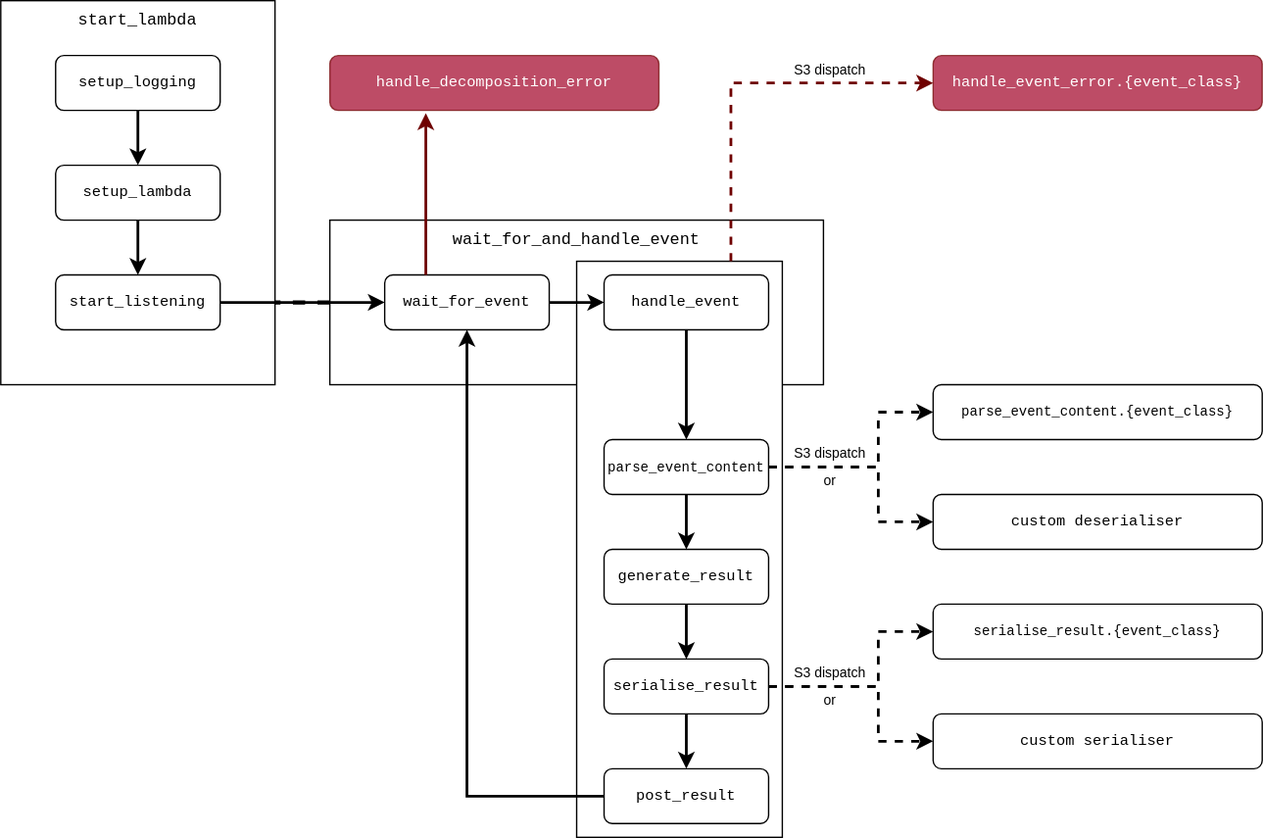
The draw.io diagram man/figures/start-listening.drawio.svg in mdneuzerling/lambdr, before a commit. Source tidied: cells renumbered, new cells last; positions are measured from the earlier drawing's top-left corner, leaving out a move shared by most shapes.
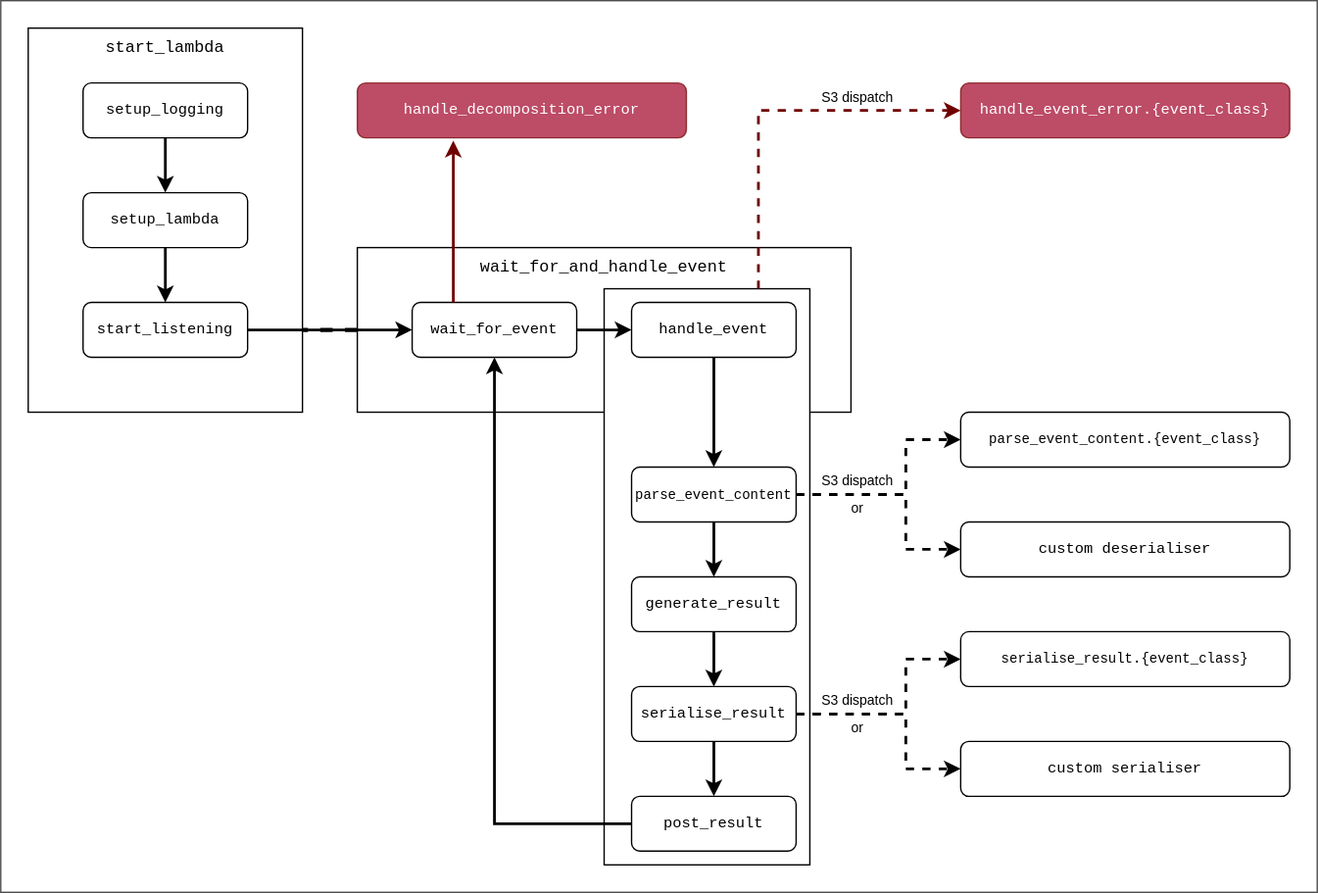
Above is the later version.

Commit message:
Background to diagram for dark mode

Diff of the diagram source:
```diff
@@ -2,6 +2,9 @@
   <root>
     <mxCell id="0" />
     <mxCell id="1" parent="0" />
+    <mxCell id="42" style="rounded=0;whiteSpace=wrap;html=1;fontSize=10;verticalAlign=top;opacity=70;fillColor=#FFFFFF;" parent="1" vertex="1">
+      <mxGeometry x="-20" y="-20" width="960" height="650" as="geometry" />
+    </mxCell>
     <mxCell id="2" style="edgeStyle=orthogonalEdgeStyle;rounded=1;jettySize=auto;html=1;dashed=1;fontSize=10;strokeWidth=3;" parent="1" edge="1" source="3" target="10">
       <mxGeometry relative="1" as="geometry" />
     </mxCell>
@@ -79,7 +82,7 @@
         </Array>
       </mxGeometry>
     </mxCell>
-    <mxCell id="23" value="S3 dispatch" style="text;html=1;strokeColor=none;fillColor=none;align=center;verticalAlign=middle;whiteSpace=wrap;rounded=0;fontSize=10;" parent="1" vertex="1">
+    <mxCell id="23" value="S3 dispatch" style="text;html=1;strokeColor=none;fillColor=none;align=center;verticalAlign=middle;whiteSpace=wrap;rounded=0;fontSize=10;fontColor=#000000;" parent="1" vertex="1">
       <mxGeometry x="570" y="320" width="70" height="20" as="geometry" />
     </mxCell>
     <mxCell id="24" style="edgeStyle=orthogonalEdgeStyle;rounded=1;jettySize=auto;html=1;exitX=1;exitY=0.5;exitDx=0;exitDy=0;dashed=1;fontSize=10;" parent="1" edge="1" source="25">
@@ -87,7 +90,7 @@
         <mxPoint x="640" y="350" as="targetPoint" />
       </mxGeometry>
     </mxCell>
-    <mxCell id="25" value="or" style="text;html=1;strokeColor=none;fillColor=none;align=center;verticalAlign=middle;whiteSpace=wrap;rounded=0;fontSize=10;" parent="1" vertex="1">
+    <mxCell id="25" value="or" style="text;html=1;strokeColor=none;fillColor=none;align=center;verticalAlign=middle;whiteSpace=wrap;rounded=0;fontSize=10;fontColor=#000000;" parent="1" vertex="1">
       <mxGeometry x="570" y="340" width="70" height="20" as="geometry" />
     </mxCell>
     <mxCell id="26" value="&lt;font face=&quot;Courier New&quot; style=&quot;font-size: 11px&quot;&gt;custom serialiser&lt;/font&gt;" style="rounded=1;whiteSpace=wrap;html=1;fontSize=10;" parent="1" vertex="1">
@@ -114,10 +117,10 @@
         </Array>
       </mxGeometry>
     </mxCell>
-    <mxCell id="30" value="S3 dispatch" style="text;html=1;strokeColor=none;fillColor=none;align=center;verticalAlign=middle;whiteSpace=wrap;rounded=0;fontSize=10;" parent="1" vertex="1">
+    <mxCell id="30" value="S3 dispatch" style="text;html=1;strokeColor=none;fillColor=none;align=center;verticalAlign=middle;whiteSpace=wrap;rounded=0;fontSize=10;fontColor=#000000;" parent="1" vertex="1">
       <mxGeometry x="570" y="480" width="70" height="20" as="geometry" />
     </mxCell>
-    <mxCell id="31" value="or" style="text;html=1;strokeColor=none;fillColor=none;align=center;verticalAlign=middle;whiteSpace=wrap;rounded=0;fontSize=10;" parent="1" vertex="1">
+    <mxCell id="31" value="or" style="text;html=1;strokeColor=none;fillColor=none;align=center;verticalAlign=middle;whiteSpace=wrap;rounded=0;fontSize=10;fontColor=#000000;" parent="1" vertex="1">
       <mxGeometry x="570" y="500" width="70" height="20" as="geometry" />
     </mxCell>
     <mxCell id="32" style="edgeStyle=orthogonalEdgeStyle;rounded=0;jettySize=auto;html=1;exitX=0;exitY=0.5;exitDx=0;exitDy=0;strokeWidth=2;" parent="1" edge="1" source="16">
@@ -159,7 +162,7 @@
         </Array>
       </mxGeometry>
     </mxCell>
-    <mxCell id="41" value="S3 dispatch" style="text;html=1;strokeColor=none;fillColor=none;align=center;verticalAlign=middle;whiteSpace=wrap;rounded=0;fontSize=10;" parent="1" vertex="1">
+    <mxCell id="41" value="S3 dispatch" style="text;html=1;strokeColor=none;fillColor=none;align=center;verticalAlign=middle;whiteSpace=wrap;rounded=0;fontSize=10;fontColor=#000000;" parent="1" vertex="1">
       <mxGeometry x="570" y="40" width="70" height="20" as="geometry" />
     </mxCell>
   </root>
```
